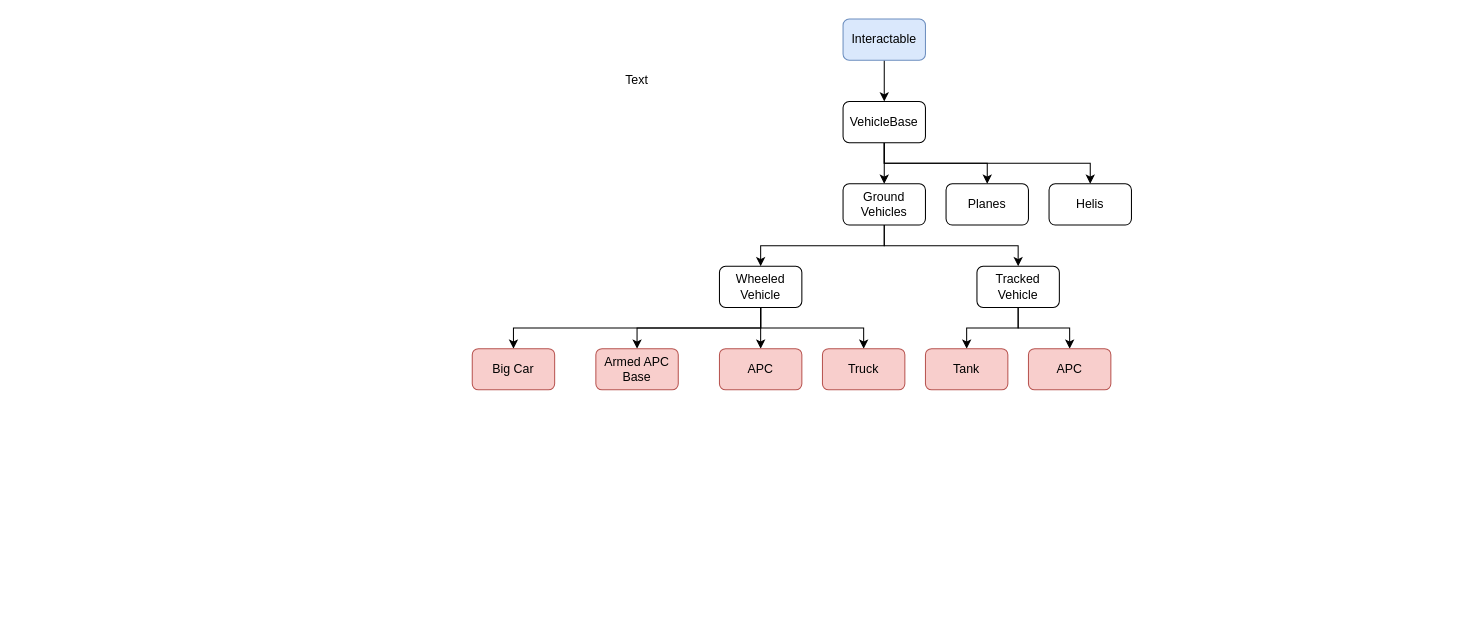
This is Notes/Inheritance Diagram.drawio from MattyboyH2003/UE5-MilSim, a draw.io file, before an edit. Source tidied: cells renumbered, new cells numbered last; positions are measured from the earlier drawing's top-left corner, leaving out a move shared by most shapes. Both pictures are drawn from the tidied source at 103%, with x=0, y=0 at pixel (472, 19).
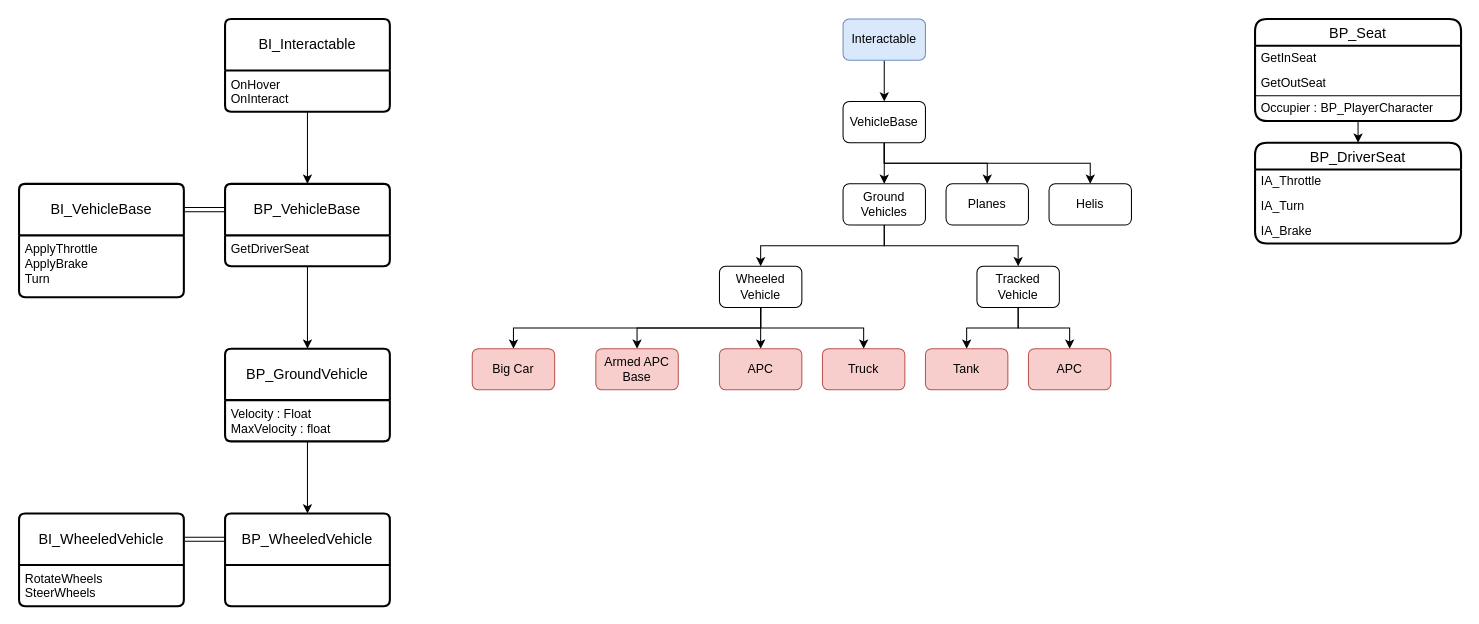
Above is the later version.

What changed in the source:
```diff
@@
-    <mxCell id="26" value="Text" style="text;html=1;align=center;verticalAlign=middle;whiteSpace=wrap;rounded=0;" parent="1" vertex="1">
-      <mxGeometry x="120" width="80" height="120" as="geometry" />
-    </mxCell>
@@
+    <mxCell id="28" value="BI_Interactable" style="swimlane;horizontal=1;startSize=50;rounded=1;fontSize=14;fontStyle=0;strokeWidth=2;shadow=0;dashed=0;align=center;arcSize=4;whiteSpace=wrap;html=1;noLabel=0;" parent="1" vertex="1">
+      <mxGeometry x="-240" width="160" height="90" as="geometry" />
+    </mxCell>
+    <mxCell id="29" value="OnHover&lt;div&gt;OnInteract&lt;/div&gt;" style="align=left;strokeColor=none;fillColor=none;spacingLeft=4;fontSize=12;verticalAlign=top;html=1;noLabel=0;" parent="28" vertex="1">
+      <mxGeometry y="50" width="160" height="40" as="geometry" />
+    </mxCell>
+    <mxCell id="30" style="edgeStyle=orthogonalEdgeStyle;rounded=0;jettySize=auto;html=1;exitX=0.5;exitY=1;exitDx=0;exitDy=0;entryX=0.5;entryY=0;entryDx=0;entryDy=0;" parent="1" edge="1" source="31" target="39">
+      <mxGeometry relative="1" as="geometry" />
+    </mxCell>
+    <mxCell id="31" value="BP_VehicleBase" style="swimlane;horizontal=1;startSize=50;rounded=1;fontSize=14;fontStyle=0;strokeWidth=2;shadow=0;dashed=0;align=center;arcSize=4;whiteSpace=wrap;html=1;noLabel=0;" parent="1" vertex="1">
+      <mxGeometry x="-240" y="160" width="160" height="80" as="geometry" />
+    </mxCell>
+    <mxCell id="32" value="GetDriverSeat" style="align=left;strokeColor=none;fillColor=none;spacingLeft=4;fontSize=12;verticalAlign=top;html=1;noLabel=0;" parent="31" vertex="1">
+      <mxGeometry y="50" width="160" height="30" as="geometry" />
+    </mxCell>
+    <mxCell id="33" style="edgeStyle=orthogonalEdgeStyle;rounded=0;orthogonalLoop=1;jettySize=auto;html=1;shape=link;" parent="1" edge="1">
+      <mxGeometry relative="1" as="geometry">
+        <mxPoint x="-279" y="185" as="sourcePoint" />
+        <mxPoint x="-240" y="185" as="targetPoint" />
+      </mxGeometry>
+    </mxCell>
+    <mxCell id="34" value="BI_VehicleBase" style="swimlane;horizontal=1;startSize=50;rounded=1;fontSize=14;fontStyle=0;strokeWidth=2;shadow=0;dashed=0;align=center;arcSize=4;whiteSpace=wrap;html=1;" parent="1" vertex="1">
+      <mxGeometry x="-440" y="160" width="160" height="110" as="geometry" />
+    </mxCell>
+    <mxCell id="35" value="ApplyThrottle&lt;div&gt;ApplyBrake&lt;/div&gt;&lt;div&gt;Turn&lt;/div&gt;" style="align=left;strokeColor=none;fillColor=none;spacingLeft=4;fontSize=12;verticalAlign=top;html=1;" parent="34" vertex="1">
+      <mxGeometry y="50" width="160" height="60" as="geometry" />
+    </mxCell>
+    <mxCell id="36" style="edgeStyle=orthogonalEdgeStyle;rounded=0;jettySize=auto;html=1;exitX=0.5;exitY=1;exitDx=0;exitDy=0;entryX=0.5;entryY=0;entryDx=0;entryDy=0;" parent="1" edge="1" source="29" target="31">
+      <mxGeometry relative="1" as="geometry" />
+    </mxCell>
+    <mxCell id="37" value="BP_WheeledVehicle" style="swimlane;horizontal=1;startSize=50;rounded=1;fontSize=14;fontStyle=0;strokeWidth=2;shadow=0;dashed=0;align=center;arcSize=4;whiteSpace=wrap;html=1;" parent="1" vertex="1">
+      <mxGeometry x="-240" y="480" width="160" height="90" as="geometry" />
+    </mxCell>
+    <mxCell id="38" style="edgeStyle=orthogonalEdgeStyle;rounded=0;jettySize=auto;html=1;exitX=0.5;exitY=1;exitDx=0;exitDy=0;entryX=0.5;entryY=0;entryDx=0;entryDy=0;" parent="1" edge="1" source="40" target="37">
+      <mxGeometry relative="1" as="geometry" />
+    </mxCell>
+    <mxCell id="39" value="BP_GroundVehicle" style="swimlane;horizontal=1;startSize=50;rounded=1;fontSize=14;fontStyle=0;strokeWidth=2;shadow=0;dashed=0;align=center;arcSize=4;whiteSpace=wrap;html=1;" parent="1" vertex="1">
+      <mxGeometry x="-240" y="320" width="160" height="90" as="geometry" />
+    </mxCell>
+    <mxCell id="40" value="Velocity : Float&lt;div&gt;MaxVelocity : float&lt;/div&gt;" style="align=left;strokeColor=none;fillColor=none;spacingLeft=4;fontSize=12;verticalAlign=top;html=1;" parent="39" vertex="1">
+      <mxGeometry y="50" width="160" height="40" as="geometry" />
+    </mxCell>
+    <mxCell id="41" value="BI_WheeledVehicle" style="swimlane;horizontal=1;startSize=50;rounded=1;fontSize=14;fontStyle=0;strokeWidth=2;shadow=0;dashed=0;align=center;arcSize=4;whiteSpace=wrap;html=1;" parent="1" vertex="1">
+      <mxGeometry x="-440" y="480" width="160" height="90" as="geometry" />
+    </mxCell>
+    <mxCell id="42" value="RotateWheels&lt;div&gt;SteerWheels&lt;/div&gt;" style="align=left;strokeColor=none;fillColor=none;spacingLeft=4;fontSize=12;verticalAlign=top;html=1;" parent="41" vertex="1">
+      <mxGeometry y="50" width="160" height="40" as="geometry" />
+    </mxCell>
+    <mxCell id="43" style="edgeStyle=orthogonalEdgeStyle;rounded=0;orthogonalLoop=1;jettySize=auto;html=1;shape=link;" parent="1" edge="1">
+      <mxGeometry relative="1" as="geometry">
+        <mxPoint x="-279" y="505" as="sourcePoint" />
+        <mxPoint x="-240" y="505" as="targetPoint" />
+      </mxGeometry>
+    </mxCell>
+    <mxCell id="44" style="edgeStyle=orthogonalEdgeStyle;rounded=0;jettySize=auto;html=1;exitX=0.5;exitY=1;exitDx=0;exitDy=0;entryX=0.5;entryY=0;entryDx=0;entryDy=0;" parent="1" edge="1" source="45" target="50">
+      <mxGeometry relative="1" as="geometry" />
+    </mxCell>
+    <mxCell id="45" value="BP_Seat" style="swimlane;fontStyle=0;horizontal=1;startSize=26;align=center;fontSize=14;rounded=1;strokeWidth=2;swimlaneLine=1;shadow=0;glass=0;" parent="1" vertex="1">
+      <mxGeometry x="760" width="200" height="99" as="geometry" />
+    </mxCell>
+    <mxCell id="46" value="GetInSeat" style="text;strokeColor=none;fillColor=none;spacingLeft=4;spacingRight=4;overflow=hidden;fontSize=12;whiteSpace=wrap;html=1;verticalAlign=middle;" parent="45" vertex="1">
+      <mxGeometry y="26" width="200" height="24" as="geometry" />
+    </mxCell>
+    <mxCell id="47" value="GetOutSeat" style="text;strokeColor=none;fillColor=none;spacingLeft=4;spacingRight=4;overflow=hidden;fontSize=12;whiteSpace=wrap;html=1;verticalAlign=middle;" parent="45" vertex="1">
+      <mxGeometry y="50" width="200" height="24" as="geometry" />
+    </mxCell>
+    <mxCell id="48" style="line;strokeWidth=1;dashed=0;labelPosition=right;align=left;verticalAlign=middle;spacingTop=0;spacingLeft=6;" parent="45" vertex="1">
+      <mxGeometry y="74" width="200" height="1" as="geometry" />
+    </mxCell>
+    <mxCell id="49" value="Occupier : BP_PlayerCharacter" style="text;strokeColor=none;fillColor=none;spacingLeft=4;spacingRight=4;overflow=hidden;fontSize=12;whiteSpace=wrap;html=1;verticalAlign=middle;" parent="45" vertex="1">
+      <mxGeometry y="75" width="200" height="24" as="geometry" />
+    </mxCell>
+    <mxCell id="50" value="BP_DriverSeat" style="swimlane;fontStyle=0;horizontal=1;startSize=26;align=center;fontSize=14;rounded=1;strokeWidth=2;swimlaneLine=1;shadow=0;glass=0;" parent="1" vertex="1">
+      <mxGeometry x="760" y="120" width="200" height="98" as="geometry" />
+    </mxCell>
+    <mxCell id="51" value="IA_Throttle" style="text;strokeColor=none;fillColor=none;spacingLeft=4;spacingRight=4;overflow=hidden;fontSize=12;whiteSpace=wrap;html=1;verticalAlign=middle;" parent="50" vertex="1">
+      <mxGeometry y="26" width="200" height="24" as="geometry" />
+    </mxCell>
+    <mxCell id="52" value="IA_Turn" style="text;strokeColor=none;fillColor=none;spacingLeft=4;spacingRight=4;overflow=hidden;fontSize=12;whiteSpace=wrap;html=1;verticalAlign=middle;" parent="50" vertex="1">
+      <mxGeometry y="50" width="200" height="24" as="geometry" />
+    </mxCell>
+    <mxCell id="53" value="IA_Brake" style="text;strokeColor=none;fillColor=none;spacingLeft=4;spacingRight=4;overflow=hidden;fontSize=12;whiteSpace=wrap;html=1;verticalAlign=middle;" parent="50" vertex="1">
+      <mxGeometry y="74" width="200" height="24" as="geometry" />
+    </mxCell>
```
